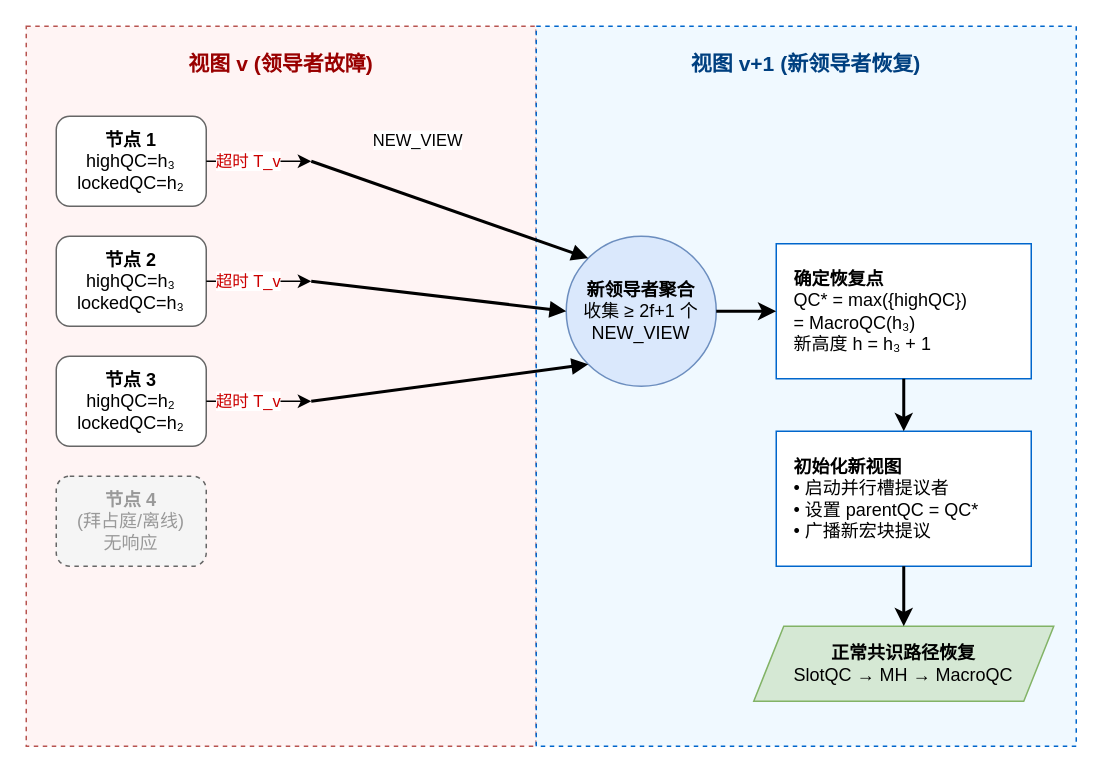
Earlier version of the draw.io diagram 3-7.drawio (cynic-1/Graphs). Source tidied: cells renumbered, new cells numbered last; positions are measured from the earlier drawing's top-left corner, leaving out a move shared by most shapes. Both pictures are drawn from the tidied source at 150%, with x=0, y=0 at pixel (26, 26).
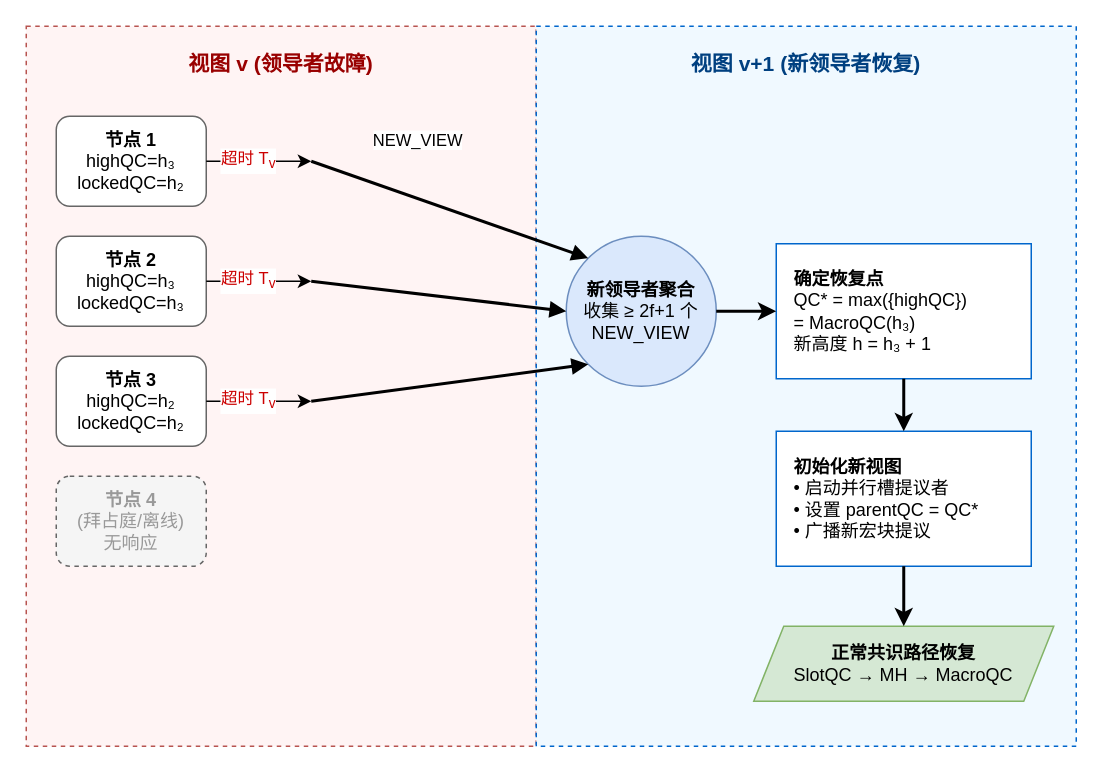
Above is the later version.

The change refers to these unchanged cells:
```xml
<mxCell id="6" value="&lt;b&gt;节点 1&lt;/b&gt;&lt;br&gt;highQC=h₃&lt;br&gt;lockedQC=h₂" style="rounded=1;whiteSpace=wrap;html=1;fillColor=#ffffff;strokeColor=#666666;" parent="1" vertex="1">
  <mxGeometry x="20" y="60" width="100" height="60" as="geometry" />
</mxCell>
```

The edit, as a diff of the source:
```diff
@@
-    <mxCell id="11" value="超时 T_v" style="endArrow=classic;html=1;exitX=1;exitY=0.5;strokeWidth=1;fontColor=#cc0000;" parent="1" edge="1" source="6">
+    <mxCell id="11" value="超时 T&lt;sub&gt;v&lt;/sub&gt;" style="endArrow=classic;html=1;exitX=1;exitY=0.5;strokeWidth=1;fontColor=#cc0000;" parent="1" edge="1" source="6">
       <mxGeometry x="-0.2" relative="1" as="geometry">
         <mxPoint x="190" y="90" as="targetPoint" />
       </mxGeometry>
     </mxCell>
-    <mxCell id="12" value="超时 T_v" style="endArrow=classic;html=1;exitX=1;exitY=0.5;strokeWidth=1;fontColor=#cc0000;" parent="1" edge="1">
+    <mxCell id="12" value="超时 T&lt;sub&gt;v&lt;/sub&gt;" style="endArrow=classic;html=1;exitX=1;exitY=0.5;strokeWidth=1;fontColor=#cc0000;" parent="1" edge="1">
       <mxGeometry x="-0.2" relative="1" as="geometry">
         <mxPoint x="120" y="170" as="sourcePoint" />
         <mxPoint x="190" y="170" as="targetPoint" />
       </mxGeometry>
     </mxCell>
-    <mxCell id="13" value="超时 T_v" style="endArrow=classic;html=1;exitX=1;exitY=0.5;strokeWidth=1;fontColor=#cc0000;" parent="1" edge="1">
+    <mxCell id="13" value="超时 T&lt;sub&gt;v&lt;/sub&gt;" style="endArrow=classic;html=1;exitX=1;exitY=0.5;strokeWidth=1;fontColor=#cc0000;" parent="1" edge="1">
       <mxGeometry x="-0.2" relative="1" as="geometry">
         <mxPoint x="120" y="250" as="sourcePoint" />
         <mxPoint x="190" y="250" as="targetPoint" />
       </mxGeometry>
     </mxCell>
```
